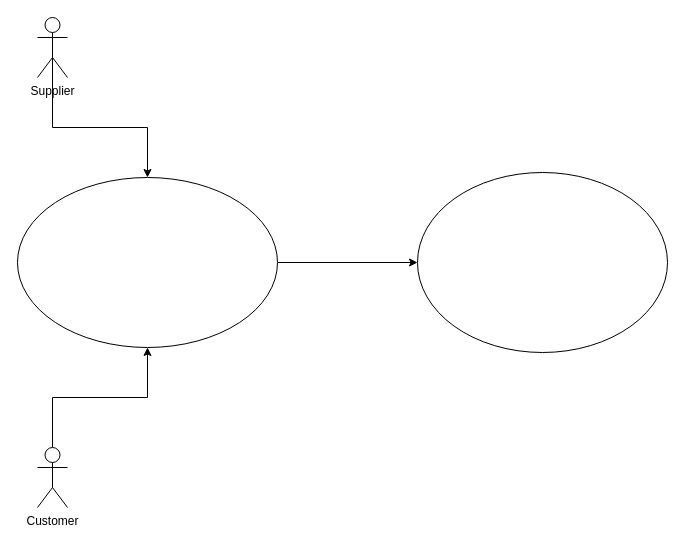
This is Retailment.drawio from Mohamedmtc/Diagrams, a draw.io file, before an edit. Source tidied: cells renumbered, new cells numbered last; positions are measured from the earlier drawing's top-left corner, leaving out a move shared by most shapes. Both pictures are drawn from the tidied source at 100%, with x=0, y=0 at pixel (17, 17).
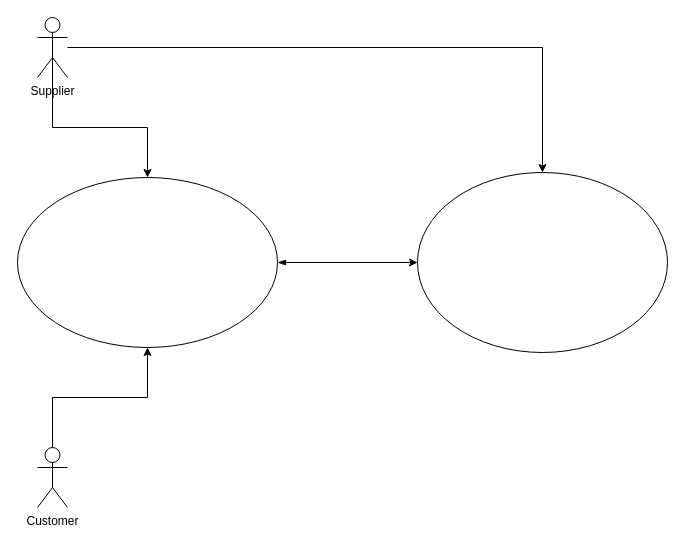
The same page after the edit.

What changed in the source:
```diff
@@
 <mxGraphModel>
   <root>
     <mxCell id="0" />
     <mxCell id="1" parent="0" />
-    <mxCell id="2" style="edgeStyle=orthogonalEdgeStyle;rounded=0;jettySize=auto;html=1;" parent="1" edge="1" source="3" target="4">
+    <mxCell id="2" style="edgeStyle=orthogonalEdgeStyle;rounded=0;jettySize=auto;html=1;startArrow=blockThin;startFill=1;" parent="1" edge="1" source="3" target="4">
       <mxGeometry relative="1" as="geometry" />
     </mxCell>
     <mxCell id="3" style="ellipse;whiteSpace=wrap;html=1;" parent="1" vertex="1">
       <mxGeometry y="160" width="260" height="170" as="geometry" />
     </mxCell>
     <mxCell id="4" style="ellipse;whiteSpace=wrap;html=1;" parent="1" vertex="1">
       <mxGeometry x="400" y="155" width="250" height="180" as="geometry" />
     </mxCell>
     <mxCell id="5" style="edgeStyle=orthogonalEdgeStyle;rounded=0;jettySize=auto;html=1;exitX=0.5;exitY=0.5;exitDx=0;exitDy=0;exitPerimeter=0;" parent="1" edge="1" source="6" target="3">
       <mxGeometry relative="1" as="geometry" />
     </mxCell>
+    <mxCell id="9" style="edgeStyle=orthogonalEdgeStyle;rounded=0;jettySize=auto;html=1;" parent="1" edge="1" source="6" target="4">
+      <mxGeometry relative="1" as="geometry" />
+    </mxCell>
     <mxCell id="6" value="Supplier" style="shape=umlActor;verticalLabelPosition=bottom;verticalAlign=top;html=1;outlineConnect=0;" parent="1" vertex="1">
       <mxGeometry x="20" width="30" height="60" as="geometry" />
     </mxCell>
     <mxCell id="7" style="edgeStyle=orthogonalEdgeStyle;rounded=0;jettySize=auto;html=1;entryX=0.5;entryY=1;entryDx=0;entryDy=0;" parent="1" edge="1" source="8" target="3">
       <mxGeometry relative="1" as="geometry" />
     </mxCell>
     <mxCell id="8" value="&lt;div&gt;Customer&lt;/div&gt;" style="shape=umlActor;verticalLabelPosition=bottom;verticalAlign=top;html=1;outlineConnect=0;" parent="1" vertex="1">
       <mxGeometry x="20" y="430" width="30" height="60" as="geometry" />
     </mxCell>
   </root>
 </mxGraphModel>
```
